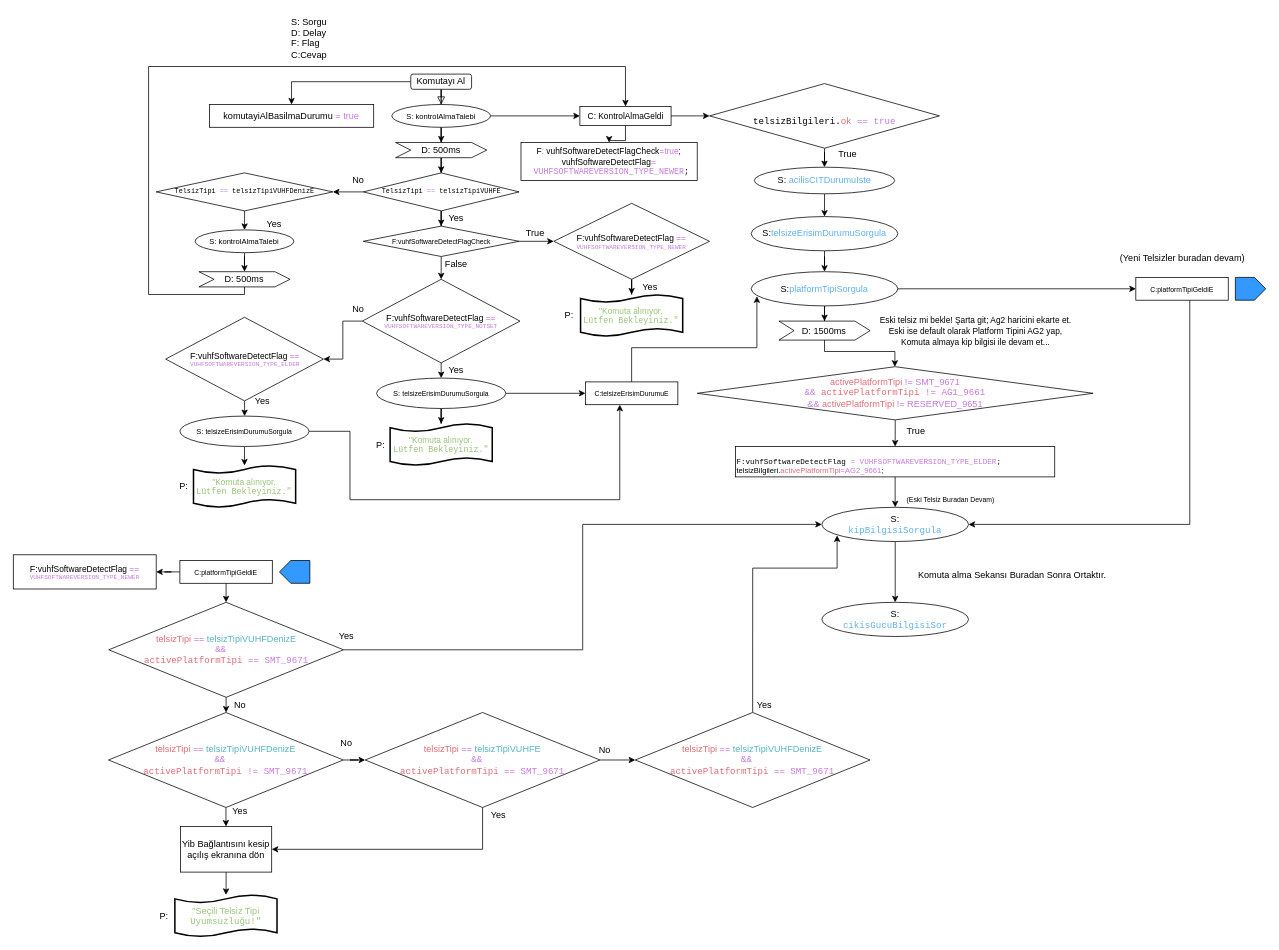
The draw.io diagram Untitled Diagram.drawio in eembetul/u8glib, before the edit. Source tidied: cells renumbered, new cells numbered last; positions are measured from the earlier drawing's top-left corner, leaving out a move shared by most shapes. Both pictures are drawn from the tidied source at 76%, with x=0, y=0 at pixel (13, 13).
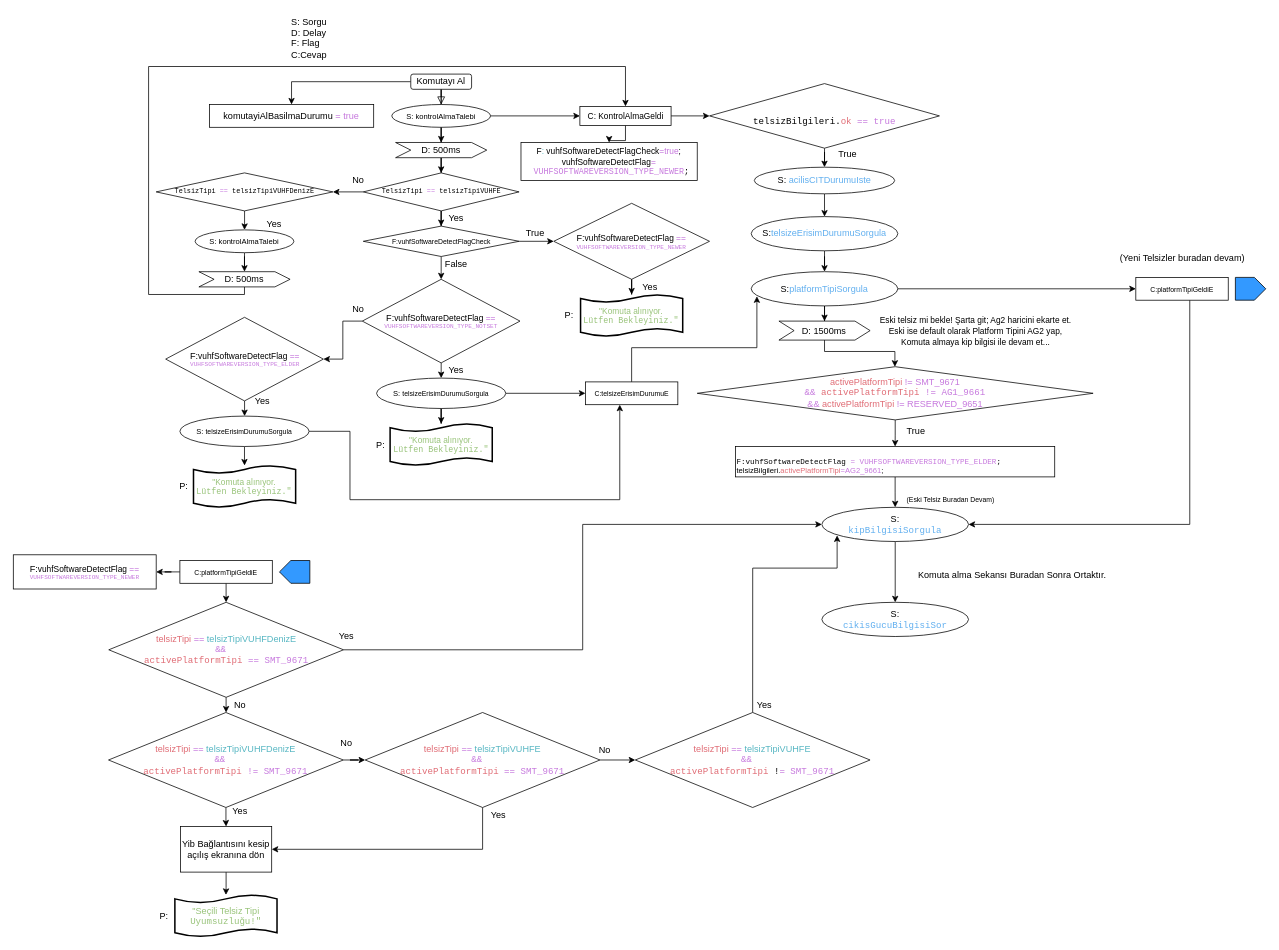
After the change.

Change to the diagram source:
```diff
@@
-    <mxCell id="97" value="&lt;span style=&quot;color: #e06c75&quot;&gt;telsizTipi&lt;/span&gt; &lt;span style=&quot;color: #c678dd&quot;&gt;==&lt;/span&gt; &lt;span style=&quot;color: #56b6c2&quot;&gt;telsizTipiVUHFDenizE&lt;/span&gt; &lt;br&gt;&lt;pre style=&quot;margin-top: 0px ; margin-bottom: 0px ; margin-left: 0px ; margin-right: 0px ; text-indent: 0px&quot;&gt;&lt;span style=&quot;color: #c678dd&quot;&gt;&amp;amp;&amp;amp;&lt;/span&gt;  &lt;br&gt;&lt;span style=&quot;color: #e06c75&quot;&gt;activePlatformTipi&lt;/span&gt; &lt;span style=&quot;color: #c678dd&quot;&gt;==&lt;/span&gt; &lt;span style=&quot;color: #c678dd&quot;&gt;SMT_9671&lt;/span&gt;&lt;/pre&gt;" style="rhombus;whiteSpace=wrap;html=1;" parent="1" vertex="1">
+    <mxCell id="97" value="&lt;span style=&quot;color: #e06c75&quot;&gt;telsizTipi&lt;/span&gt; &lt;span style=&quot;color: #c678dd&quot;&gt;==&lt;/span&gt; &lt;span style=&quot;color: #56b6c2&quot;&gt;telsizTipiVUHFE&lt;/span&gt; &lt;br&gt;&lt;pre style=&quot;margin-top: 0px ; margin-bottom: 0px ; margin-left: 0px ; margin-right: 0px ; text-indent: 0px&quot;&gt;&lt;span style=&quot;color: #c678dd&quot;&gt;&amp;amp;&amp;amp;&lt;/span&gt;  &lt;br&gt;&lt;span style=&quot;color: #e06c75&quot;&gt;activePlatformTipi&lt;/span&gt; !&lt;span style=&quot;color: #c678dd&quot;&gt;=&lt;/span&gt; &lt;span style=&quot;color: #c678dd&quot;&gt;SMT_9671&lt;/span&gt;&lt;/pre&gt;" style="rhombus;whiteSpace=wrap;html=1;" parent="1" vertex="1">
       <mxGeometry x="818.4" y="920" width="308.9" height="125" as="geometry" />
     </mxCell>
```
